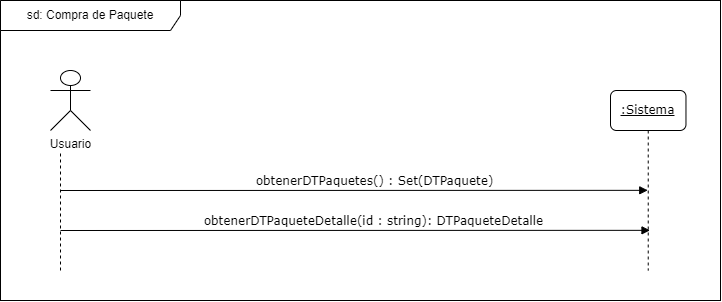
Above: docs/Iteración 2/Análisis/DSS Servidor web/Compra de Paquete.png in FacundoDiaz00/Taller-de-Programaci-n (draw.io), before the change. Source tidied: cells renumbered, new cells last; positions are measured from the earlier drawing's top-left corner, leaving out a move shared by most shapes. Source of this version:
```xml
<mxGraphModel>
  <root>
    <mxCell id="0" />
    <mxCell id="1" parent="0" />
    <mxCell id="2" style="rounded=0;whiteSpace=wrap;html=1;" parent="1" vertex="1">
      <mxGeometry width="720" height="300" as="geometry" />
    </mxCell>
    <mxCell id="3" value="sd: Compra de Paquete" style="shape=umlFrame;whiteSpace=wrap;html=1;width=180;height=30;" parent="1" vertex="1">
      <mxGeometry width="720" height="300" as="geometry" />
    </mxCell>
    <mxCell id="4" value="Usuario" style="shape=umlActor;verticalLabelPosition=bottom;verticalAlign=top;html=1;rounded=1;" parent="1" vertex="1">
      <mxGeometry x="50" y="70" width="40" height="60" as="geometry" />
    </mxCell>
    <mxCell id="5" value="obtenerDTPaquetes() : Set(DTPaquete)" style="html=1;verticalAlign=bottom;endArrow=block;labelBackgroundColor=none;fontFamily=Verdana;fontSize=12;edgeStyle=elbowEdgeStyle;elbow=vertical;" parent="1" edge="1" target="8">
      <mxGeometry x="0.07" relative="1" as="geometry">
        <mxPoint x="60" y="190" as="sourcePoint" />
      </mxGeometry>
    </mxCell>
    <mxCell id="6" value="obtenerDTPaqueteDetalle(id : string): DTPaqueteDetalle" style="html=1;verticalAlign=bottom;endArrow=block;labelBackgroundColor=none;fontFamily=Verdana;fontSize=12;edgeStyle=elbowEdgeStyle;elbow=vertical;" parent="1" edge="1">
      <mxGeometry x="0.06" relative="1" as="geometry">
        <mxPoint x="60" y="230" as="sourcePoint" />
        <mxPoint x="649.5" y="230" as="targetPoint" />
      </mxGeometry>
    </mxCell>
    <mxCell id="7" style="endArrow=none;dashed=1;html=1;" parent="1" edge="1">
      <mxGeometry relative="1" as="geometry">
        <mxPoint x="60" y="270" as="sourcePoint" />
        <mxPoint x="60" y="150" as="targetPoint" />
      </mxGeometry>
    </mxCell>
    <mxCell id="8" value="&lt;u&gt;:Sistema&lt;/u&gt;" style="shape=umlLifeline;perimeter=lifelinePerimeter;whiteSpace=wrap;html=1;outlineConnect=0;rounded=1;shadow=0;comic=0;labelBackgroundColor=none;strokeWidth=1;fontFamily=Verdana;fontSize=12;align=center;" parent="1" vertex="1">
      <mxGeometry x="610" y="90" width="75.5" height="180" as="geometry" />
    </mxCell>
  </root>
</mxGraphModel>
```
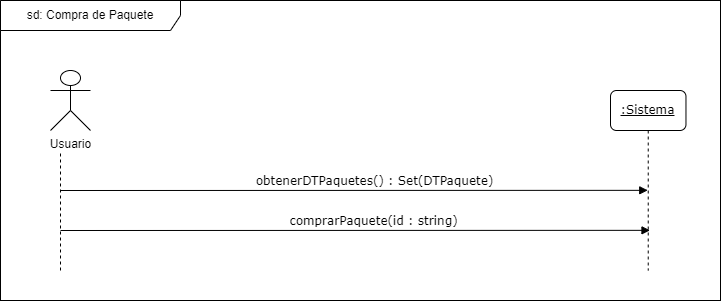
Later version of the same file.

Diff of the diagram source:
```diff
@@ -16,7 +16,7 @@
         <mxPoint x="60" y="190" as="sourcePoint" />
       </mxGeometry>
     </mxCell>
-    <mxCell id="6" value="obtenerDTPaqueteDetalle(id : string): DTPaqueteDetalle" style="html=1;verticalAlign=bottom;endArrow=block;labelBackgroundColor=none;fontFamily=Verdana;fontSize=12;edgeStyle=elbowEdgeStyle;elbow=vertical;" parent="1" edge="1">
+    <mxCell id="6" value="comprarPaquete(id : string)" style="html=1;verticalAlign=bottom;endArrow=block;labelBackgroundColor=none;fontFamily=Verdana;fontSize=12;edgeStyle=elbowEdgeStyle;elbow=vertical;" parent="1" edge="1">
       <mxGeometry x="0.06" relative="1" as="geometry">
         <mxPoint x="60" y="230" as="sourcePoint" />
         <mxPoint x="649.5" y="230" as="targetPoint" />
```
